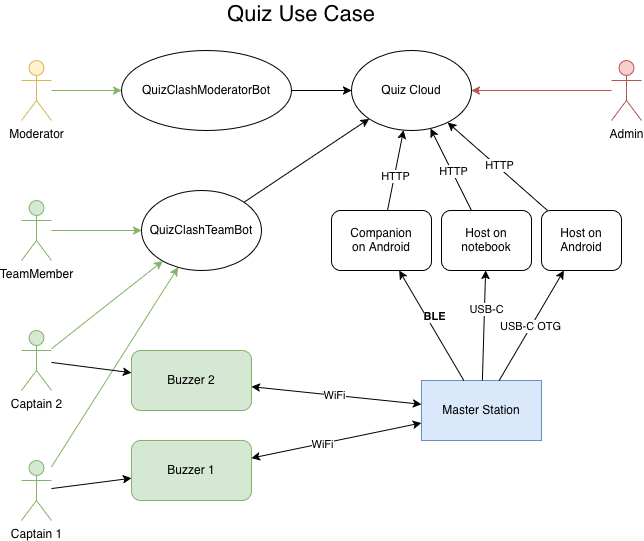
This is diagrams/Evaliquiz-UseCase.drawio.png from QuizClash/info-design, a draw.io export, as it was before one commit. Source tidied: cells renumbered, new cells last; positions are measured from the earlier drawing's top-left corner, leaving out a move shared by most shapes. The source it was exported from:
```xml
<mxGraphModel>
  <root>
    <mxCell id="0" />
    <mxCell id="1" parent="0" />
    <mxCell id="2" value="Buzzer 1" style="rounded=1;whiteSpace=wrap;html=1;fillColor=#d5e8d4;strokeColor=#82b366;" parent="1" vertex="1">
      <mxGeometry x="110" y="440" width="120" height="60" as="geometry" />
    </mxCell>
    <mxCell id="3" value="Buzzer 2" style="rounded=1;whiteSpace=wrap;html=1;fillColor=#d5e8d4;strokeColor=#82b366;" parent="1" vertex="1">
      <mxGeometry x="110" y="350" width="120" height="60" as="geometry" />
    </mxCell>
    <mxCell id="4" value="Master Station" style="rounded=0;whiteSpace=wrap;html=1;fillColor=#dae8fc;strokeColor=#6c8ebf;" parent="1" vertex="1">
      <mxGeometry x="400" y="380" width="120" height="60" as="geometry" />
    </mxCell>
    <mxCell id="5" value="QuizClashModeratorBot" style="ellipse;whiteSpace=wrap;html=1;" parent="1" vertex="1">
      <mxGeometry x="100" y="50" width="170" height="80" as="geometry" />
    </mxCell>
    <mxCell id="6" style="endArrow=classic;startArrow=classic;html=1;rounded=0;" parent="1" edge="1" source="4" target="2">
      <mxGeometry relative="1" as="geometry" />
    </mxCell>
    <mxCell id="7" value="WiFi" style="edgeLabel;html=1;align=center;verticalAlign=middle;" parent="6" vertex="1">
      <mxGeometry x="0.17" relative="1" as="geometry" />
    </mxCell>
    <mxCell id="8" style="endArrow=classic;startArrow=classic;html=1;rounded=0;" parent="1" edge="1" source="4" target="3">
      <mxGeometry relative="1" as="geometry" />
    </mxCell>
    <mxCell id="9" value="WiFi" style="edgeLabel;html=1;align=center;verticalAlign=middle;" parent="8" vertex="1">
      <mxGeometry x="0.03" relative="1" as="geometry" />
    </mxCell>
    <mxCell id="10" value="Captain 1" style="shape=umlActor;verticalLabelPosition=bottom;verticalAlign=top;html=1;outlineConnect=0;fillColor=#d5e8d4;strokeColor=#82b366;" parent="1" vertex="1">
      <mxGeometry y="460" width="30" height="60" as="geometry" />
    </mxCell>
    <mxCell id="11" style="endArrow=classic;html=1;rounded=0;fillColor=#d5e8d4;strokeColor=#82b366;" parent="1" edge="1" source="10" target="28">
      <mxGeometry relative="1" as="geometry" />
    </mxCell>
    <mxCell id="12" value="Captain 2" style="shape=umlActor;verticalLabelPosition=bottom;verticalAlign=top;html=1;outlineConnect=0;fillColor=#d5e8d4;strokeColor=#82b366;" parent="1" vertex="1">
      <mxGeometry y="330" width="30" height="60" as="geometry" />
    </mxCell>
    <mxCell id="13" style="endArrow=classic;html=1;rounded=0;fillColor=#d5e8d4;strokeColor=#82b366;" parent="1" edge="1" source="12" target="28">
      <mxGeometry relative="1" as="geometry" />
    </mxCell>
    <mxCell id="14" value="Moderator" style="shape=umlActor;verticalLabelPosition=bottom;verticalAlign=top;html=1;outlineConnect=0;fillColor=#fff2cc;strokeColor=#d6b656;" parent="1" vertex="1">
      <mxGeometry y="60" width="30" height="60" as="geometry" />
    </mxCell>
    <mxCell id="15" style="endArrow=classic;html=1;rounded=0;fillColor=#d5e8d4;strokeColor=#82b366;" parent="1" edge="1" source="14" target="5">
      <mxGeometry relative="1" as="geometry" />
    </mxCell>
    <mxCell id="16" value="&lt;div&gt;Companion&lt;/div&gt;on Android" style="rounded=1;whiteSpace=wrap;html=1;" parent="1" vertex="1">
      <mxGeometry x="310" y="210" width="100" height="60" as="geometry" />
    </mxCell>
    <mxCell id="17" style="endArrow=classic;html=1;rounded=0;fontStyle=1;" parent="1" edge="1" source="4" target="16">
      <mxGeometry relative="1" as="geometry" />
    </mxCell>
    <mxCell id="18" value="BLE" style="edgeLabel;html=1;align=center;verticalAlign=middle;fontStyle=1;" parent="17" vertex="1">
      <mxGeometry x="-0.05" y="1" relative="1" as="geometry">
        <mxPoint x="1" y="-13" as="offset" />
      </mxGeometry>
    </mxCell>
    <mxCell id="19" style="endArrow=classic;html=1;rounded=0;" parent="1" edge="1" source="16" target="24">
      <mxGeometry relative="1" as="geometry" />
    </mxCell>
    <mxCell id="20" value="HTTP" style="edgeLabel;html=1;align=center;verticalAlign=middle;" parent="19" vertex="1">
      <mxGeometry x="-0.15" y="-1" relative="1" as="geometry" />
    </mxCell>
    <mxCell id="21" style="endArrow=classic;html=1;rounded=0;" parent="1" edge="1" source="12" target="3">
      <mxGeometry relative="1" as="geometry" />
    </mxCell>
    <mxCell id="22" style="endArrow=classic;html=1;rounded=0;" parent="1" edge="1" source="10" target="2">
      <mxGeometry relative="1" as="geometry" />
    </mxCell>
    <mxCell id="23" value="&lt;font style=&quot;font-size: 22px;&quot;&gt;Quiz Use Case&lt;/font&gt;" style="text;html=1;whiteSpace=wrap;strokeColor=none;fillColor=none;align=center;verticalAlign=middle;rounded=0;" parent="1" vertex="1">
      <mxGeometry x="175" width="210" height="30" as="geometry" />
    </mxCell>
    <mxCell id="24" value="Quiz Cloud" style="ellipse;whiteSpace=wrap;html=1;" parent="1" vertex="1">
      <mxGeometry x="330" y="50" width="120" height="80" as="geometry" />
    </mxCell>
    <mxCell id="25" style="endArrow=classic;html=1;rounded=0;" parent="1" edge="1" source="5" target="24">
      <mxGeometry relative="1" as="geometry" />
    </mxCell>
    <mxCell id="26" value="Admin" style="shape=umlActor;verticalLabelPosition=bottom;verticalAlign=top;html=1;outlineConnect=0;fillColor=#f8cecc;strokeColor=#b85450;" parent="1" vertex="1">
      <mxGeometry x="590" y="60" width="30" height="60" as="geometry" />
    </mxCell>
    <mxCell id="27" style="endArrow=classic;html=1;rounded=0;fillColor=#f8cecc;strokeColor=#b85450;" parent="1" edge="1" source="26" target="24">
      <mxGeometry relative="1" as="geometry" />
    </mxCell>
    <mxCell id="28" value="QuizClashTeamBot" style="ellipse;whiteSpace=wrap;html=1;" parent="1" vertex="1">
      <mxGeometry x="120" y="190" width="120" height="80" as="geometry" />
    </mxCell>
    <mxCell id="29" style="endArrow=classic;html=1;rounded=0;" parent="1" edge="1" source="28" target="24">
      <mxGeometry relative="1" as="geometry" />
    </mxCell>
    <mxCell id="30" value="&lt;div&gt;Host on&lt;/div&gt;&lt;div&gt;notebook&lt;/div&gt;" style="rounded=1;whiteSpace=wrap;html=1;" parent="1" vertex="1">
      <mxGeometry x="420" y="210" width="90" height="60" as="geometry" />
    </mxCell>
    <mxCell id="31" style="endArrow=classic;html=1;rounded=0;" parent="1" edge="1" source="4" target="30">
      <mxGeometry relative="1" as="geometry" />
    </mxCell>
    <mxCell id="32" value="USB-C" style="edgeLabel;html=1;align=center;verticalAlign=middle;" parent="31" vertex="1">
      <mxGeometry x="0.3" y="-2" relative="1" as="geometry" />
    </mxCell>
    <mxCell id="33" style="endArrow=classic;html=1;rounded=0;" parent="1" edge="1" source="30" target="24">
      <mxGeometry relative="1" as="geometry" />
    </mxCell>
    <mxCell id="34" value="HTTP" style="edgeLabel;html=1;align=center;verticalAlign=middle;" parent="33" vertex="1">
      <mxGeometry x="-0.03" y="-1" relative="1" as="geometry" />
    </mxCell>
    <mxCell id="35" value="&lt;div&gt;Host on&lt;/div&gt;&lt;div&gt;Android&lt;/div&gt;" style="rounded=1;whiteSpace=wrap;html=1;" parent="1" vertex="1">
      <mxGeometry x="520" y="210" width="80" height="60" as="geometry" />
    </mxCell>
    <mxCell id="36" style="endArrow=classic;html=1;rounded=0;" parent="1" edge="1" source="4" target="35">
      <mxGeometry relative="1" as="geometry" />
    </mxCell>
    <mxCell id="37" value="USB-C OTG" style="edgeLabel;html=1;align=center;verticalAlign=middle;" parent="36" vertex="1">
      <mxGeometry x="-0.02" y="1" relative="1" as="geometry" />
    </mxCell>
    <mxCell id="38" style="endArrow=classic;html=1;rounded=0;" parent="1" edge="1" source="35" target="24">
      <mxGeometry relative="1" as="geometry" />
    </mxCell>
    <mxCell id="39" value="HTTP" style="edgeLabel;html=1;align=center;verticalAlign=middle;" parent="38" vertex="1">
      <mxGeometry x="0.01" y="-2" relative="1" as="geometry" />
    </mxCell>
    <mxCell id="40" value="TeamMember" style="shape=umlActor;verticalLabelPosition=bottom;verticalAlign=top;html=1;outlineConnect=0;fillColor=#d5e8d4;strokeColor=#82b366;" parent="1" vertex="1">
      <mxGeometry y="200" width="30" height="60" as="geometry" />
    </mxCell>
    <mxCell id="41" style="endArrow=classic;html=1;rounded=0;fillColor=#d5e8d4;strokeColor=#82b366;" parent="1" edge="1" source="40" target="28">
      <mxGeometry relative="1" as="geometry" />
    </mxCell>
  </root>
</mxGraphModel>
```
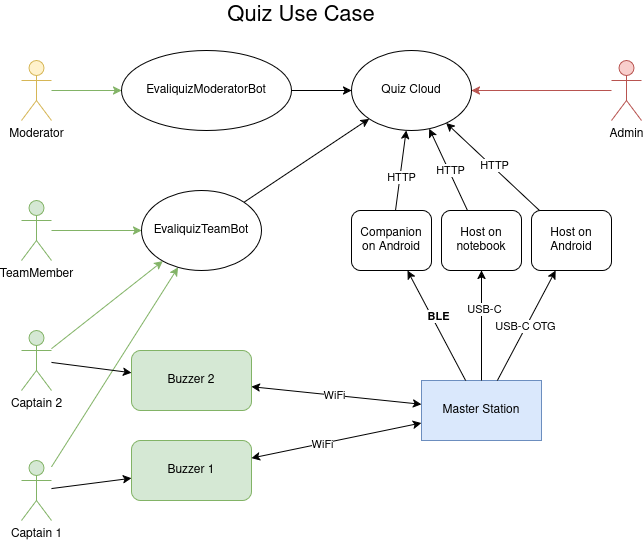
Later version of the same file.

Commit message:
Remove cloud diagram

Diff of the diagram source:
```diff
@@ -11,7 +11,7 @@
     <mxCell id="4" value="Master Station" style="rounded=0;whiteSpace=wrap;html=1;fillColor=#dae8fc;strokeColor=#6c8ebf;" parent="1" vertex="1">
       <mxGeometry x="400" y="380" width="120" height="60" as="geometry" />
     </mxCell>
-    <mxCell id="5" value="QuizClashModeratorBot" style="ellipse;whiteSpace=wrap;html=1;" parent="1" vertex="1">
+    <mxCell id="5" value="EvaliquizModeratorBot" style="ellipse;whiteSpace=wrap;html=1;" parent="1" vertex="1">
       <mxGeometry x="100" y="50" width="170" height="80" as="geometry" />
     </mxCell>
     <mxCell id="6" style="endArrow=classic;startArrow=classic;html=1;rounded=0;" parent="1" edge="1" source="4" target="2">
@@ -45,7 +45,7 @@
       <mxGeometry relative="1" as="geometry" />
     </mxCell>
     <mxCell id="16" value="&lt;div&gt;Companion&lt;/div&gt;on Android" style="rounded=1;whiteSpace=wrap;html=1;" parent="1" vertex="1">
-      <mxGeometry x="310" y="210" width="100" height="60" as="geometry" />
+      <mxGeometry x="330" y="210" width="80" height="60" as="geometry" />
     </mxCell>
     <mxCell id="17" style="endArrow=classic;html=1;rounded=0;fontStyle=1;" parent="1" edge="1" source="4" target="16">
       <mxGeometry relative="1" as="geometry" />
@@ -82,14 +82,14 @@
     <mxCell id="27" style="endArrow=classic;html=1;rounded=0;fillColor=#f8cecc;strokeColor=#b85450;" parent="1" edge="1" source="26" target="24">
       <mxGeometry relative="1" as="geometry" />
     </mxCell>
-    <mxCell id="28" value="QuizClashTeamBot" style="ellipse;whiteSpace=wrap;html=1;" parent="1" vertex="1">
+    <mxCell id="28" value="EvaliquizTeamBot" style="ellipse;whiteSpace=wrap;html=1;" parent="1" vertex="1">
       <mxGeometry x="120" y="190" width="120" height="80" as="geometry" />
     </mxCell>
     <mxCell id="29" style="endArrow=classic;html=1;rounded=0;" parent="1" edge="1" source="28" target="24">
       <mxGeometry relative="1" as="geometry" />
     </mxCell>
     <mxCell id="30" value="&lt;div&gt;Host on&lt;/div&gt;&lt;div&gt;notebook&lt;/div&gt;" style="rounded=1;whiteSpace=wrap;html=1;" parent="1" vertex="1">
-      <mxGeometry x="420" y="210" width="90" height="60" as="geometry" />
+      <mxGeometry x="420" y="210" width="80" height="60" as="geometry" />
     </mxCell>
     <mxCell id="31" style="endArrow=classic;html=1;rounded=0;" parent="1" edge="1" source="4" target="30">
       <mxGeometry relative="1" as="geometry" />
@@ -104,7 +104,7 @@
       <mxGeometry x="-0.03" y="-1" relative="1" as="geometry" />
     </mxCell>
     <mxCell id="35" value="&lt;div&gt;Host on&lt;/div&gt;&lt;div&gt;Android&lt;/div&gt;" style="rounded=1;whiteSpace=wrap;html=1;" parent="1" vertex="1">
-      <mxGeometry x="520" y="210" width="80" height="60" as="geometry" />
+      <mxGeometry x="510" y="210" width="80" height="60" as="geometry" />
     </mxCell>
     <mxCell id="36" style="endArrow=classic;html=1;rounded=0;" parent="1" edge="1" source="4" target="35">
       <mxGeometry relative="1" as="geometry" />
```
